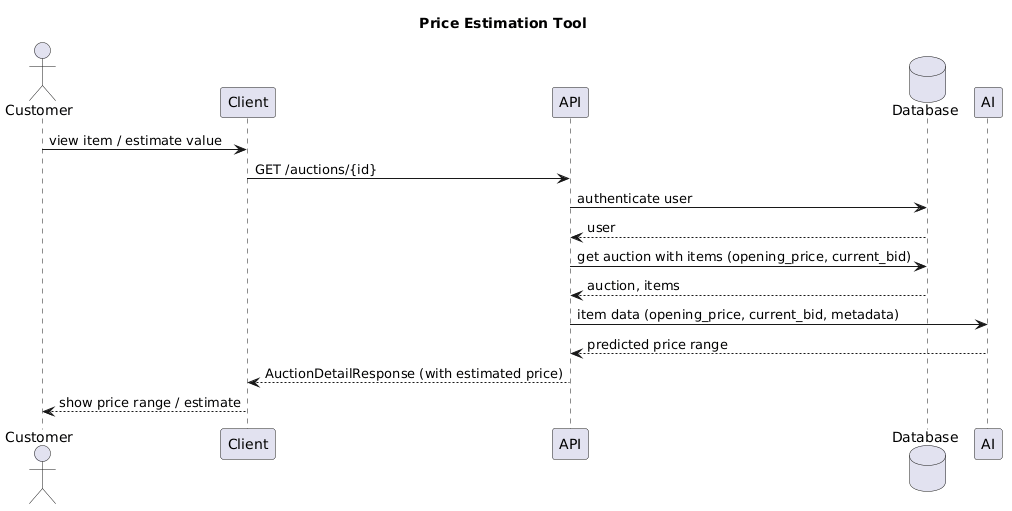
Above: Design/SequenceDiagram/PriceEstimationTool.png in mihnea-popescu/CSCI_6234_Spring_2026_G18 (PlantUML), before the change.
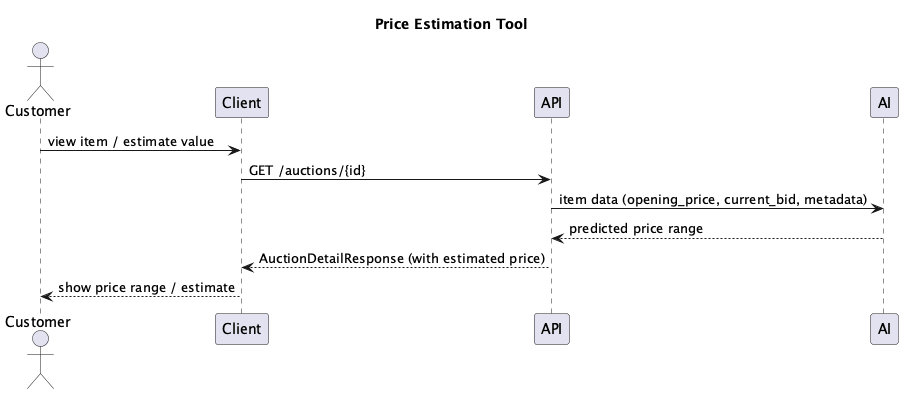
After the commit.

The edit, as a diff of the source:
```diff
@@ -1,17 +1,12 @@
-@startuml
+@startuml PriceEstimationTool
 title Price Estimation Tool
 actor Customer
 participant Client
 participant API
-database Database
 participant AI
 
 Customer -> Client: view item / estimate value
 Client -> API: GET /auctions/{id}
-API -> Database: authenticate user
-Database --> API: user
-API -> Database: get auction with items (opening_price, current_bid)
-Database --> API: auction, items
 API -> AI: item data (opening_price, current_bid, metadata)
 AI --> API: predicted price range
 API --> Client: AuctionDetailResponse (with estimated price)
```
